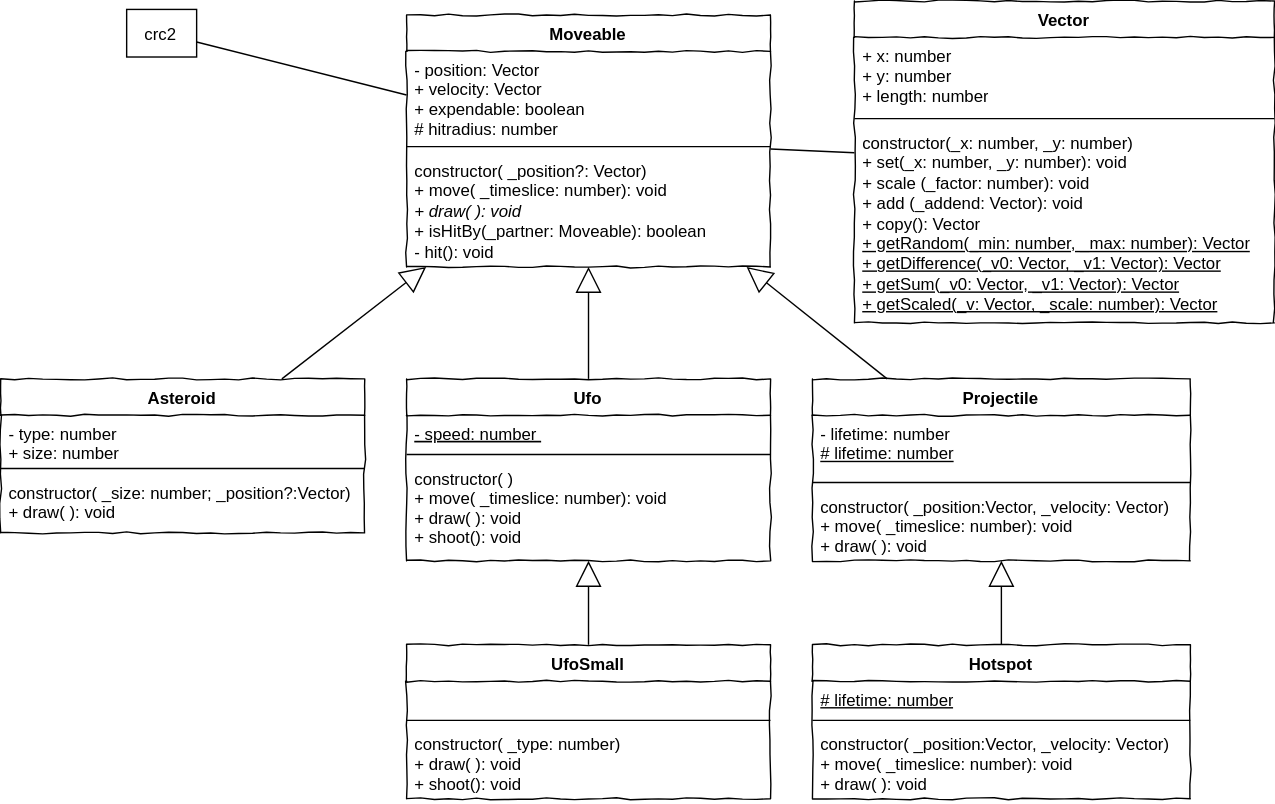
The draw.io diagram L12_Addition/Material/draw.io/Asteroids_ClassDiagram.svg in JirkaDellOro/EIA2-Inverted, before a commit. Source tidied: cells renumbered, new cells last; positions are measured from the earlier drawing's top-left corner, leaving out a move shared by most shapes. Source of this version:
```xml
<mxGraphModel>
  <root>
    <mxCell id="0" />
    <mxCell id="1" parent="0" />
    <mxCell id="2" style="rounded=0;jettySize=auto;html=1;endArrow=none;endFill=0;" parent="1" edge="1" source="4" target="8">
      <mxGeometry relative="1" as="geometry" />
    </mxCell>
    <mxCell id="3" style="edgeStyle=none;rounded=0;jettySize=auto;html=1;endArrow=none;endFill=0;" parent="1" edge="1" source="4" target="12">
      <mxGeometry relative="1" as="geometry" />
    </mxCell>
    <mxCell id="4" value="Moveable" style="swimlane;fontStyle=1;align=center;verticalAlign=top;horizontal=1;startSize=26;rounded=0;shadow=0;comic=1;strokeWidth=1;" parent="1" vertex="1">
      <mxGeometry x="290" y="10" width="260" height="180" as="geometry" />
    </mxCell>
    <mxCell id="5" value="- position: Vector&#10;+ velocity: Vector&#10;+ expendable: boolean&#10;# hitradius: number" style="text;strokeColor=none;fillColor=none;align=left;verticalAlign=top;spacingLeft=4;spacingRight=4;overflow=hidden;" parent="4" vertex="1">
      <mxGeometry y="26" width="260" height="64" as="geometry" />
    </mxCell>
    <mxCell id="6" style="line;strokeWidth=1;fillColor=none;align=left;verticalAlign=middle;spacingTop=-1;spacingLeft=3;spacingRight=3;labelPosition=right;" parent="4" vertex="1">
      <mxGeometry y="90" width="260" height="8" as="geometry" />
    </mxCell>
    <mxCell id="7" value="constructor( _position?: Vector)&lt;br&gt;+ move( _timeslice: number): void&lt;br&gt;&lt;i&gt;+ draw( ): void&lt;/i&gt;&lt;br&gt;+ isHitBy(_partner: Moveable): boolean&lt;br&gt;- hit(): void" style="text;strokeColor=none;fillColor=none;align=left;verticalAlign=top;spacingLeft=4;spacingRight=4;overflow=hidden;html=1;" parent="4" vertex="1">
      <mxGeometry y="98" width="260" height="82" as="geometry" />
    </mxCell>
    <mxCell id="8" value="Vector" style="swimlane;fontStyle=1;align=center;verticalAlign=top;horizontal=1;startSize=26;rounded=0;shadow=0;comic=1;strokeWidth=1;" parent="1" vertex="1">
      <mxGeometry x="610" width="300" height="230" as="geometry" />
    </mxCell>
    <mxCell id="9" value="+ x: number&lt;br&gt;+ y: number&lt;br&gt;+ length: number" style="text;strokeColor=none;fillColor=none;align=left;verticalAlign=top;spacingLeft=4;spacingRight=4;overflow=hidden;fontStyle=0;html=1;" parent="8" vertex="1">
      <mxGeometry y="26" width="300" height="54" as="geometry" />
    </mxCell>
    <mxCell id="10" style="line;strokeWidth=1;fillColor=none;align=left;verticalAlign=middle;spacingTop=-1;spacingLeft=3;spacingRight=3;labelPosition=right;" parent="8" vertex="1">
      <mxGeometry y="80" width="300" height="8" as="geometry" />
    </mxCell>
    <mxCell id="11" value="constructor(_x: number, _y: number)&lt;br&gt;+ set(_x: number, _y: number): void&lt;br&gt;+ scale (_factor: number): void&lt;br&gt;+ add (_addend: Vector): void&lt;br&gt;+ copy(): Vector&lt;br&gt;&lt;u&gt;+ getRandom(_min: number, _max: number): Vector&lt;/u&gt;&lt;br&gt;&lt;u&gt;+ getDifference(_v0: Vector, _v1: Vector): Vector&lt;/u&gt;&lt;br&gt;&lt;u&gt;+ getSum(&lt;/u&gt;&lt;u&gt;_v0: Vector, _v1: Vector): Vector&lt;/u&gt;&lt;br&gt;&lt;u&gt;+ getScaled(&lt;/u&gt;&lt;u&gt;_v: Vector,&amp;nbsp;&lt;/u&gt;&lt;u&gt;_scale: number): Vector&lt;/u&gt;" style="text;strokeColor=none;fillColor=none;align=left;verticalAlign=top;spacingLeft=4;spacingRight=4;overflow=hidden;html=1;" parent="8" vertex="1">
      <mxGeometry y="88" width="300" height="142" as="geometry" />
    </mxCell>
    <mxCell id="12" value="crc2" style="rounded=0;whiteSpace=wrap;html=1;" parent="1" vertex="1">
      <mxGeometry x="90" y="6" width="50" height="34" as="geometry" />
    </mxCell>
    <mxCell id="13" value="Asteroid" style="swimlane;fontStyle=1;align=center;verticalAlign=top;horizontal=1;startSize=26;rounded=0;shadow=0;comic=1;strokeWidth=1;" parent="1" vertex="1">
      <mxGeometry y="270" width="260" height="110" as="geometry" />
    </mxCell>
    <mxCell id="14" value="- type: number&#10;+ size: number" style="text;strokeColor=none;fillColor=none;align=left;verticalAlign=top;spacingLeft=4;spacingRight=4;overflow=hidden;" parent="13" vertex="1">
      <mxGeometry y="26" width="260" height="34" as="geometry" />
    </mxCell>
    <mxCell id="15" style="line;strokeWidth=1;fillColor=none;align=left;verticalAlign=middle;spacingTop=-1;spacingLeft=3;spacingRight=3;labelPosition=right;" parent="13" vertex="1">
      <mxGeometry y="60" width="260" height="8" as="geometry" />
    </mxCell>
    <mxCell id="16" value="constructor( _size: number; _position?:Vector)&#10;+ draw( ): void" style="text;strokeColor=none;fillColor=none;align=left;verticalAlign=top;spacingLeft=4;spacingRight=4;overflow=hidden;" parent="13" vertex="1">
      <mxGeometry y="68" width="260" height="42" as="geometry" />
    </mxCell>
    <mxCell id="17" style="endArrow=block;endSize=16;endFill=0;html=1;" parent="1" edge="1" source="13" target="4">
      <mxGeometry relative="1" as="geometry" />
    </mxCell>
    <mxCell id="18" value="Ufo" style="swimlane;fontStyle=1;align=center;verticalAlign=top;horizontal=1;startSize=26;rounded=0;shadow=0;comic=1;strokeWidth=1;" parent="1" vertex="1">
      <mxGeometry x="290" y="270" width="260" height="130" as="geometry" />
    </mxCell>
    <mxCell id="19" value="- speed: number " style="text;strokeColor=none;fillColor=none;align=left;verticalAlign=top;spacingLeft=4;spacingRight=4;overflow=hidden;fontStyle=4;" parent="18" vertex="1">
      <mxGeometry y="26" width="260" height="24" as="geometry" />
    </mxCell>
    <mxCell id="20" style="line;strokeWidth=1;fillColor=none;align=left;verticalAlign=middle;spacingTop=-1;spacingLeft=3;spacingRight=3;labelPosition=right;" parent="18" vertex="1">
      <mxGeometry y="50" width="260" height="8" as="geometry" />
    </mxCell>
    <mxCell id="21" value="constructor( )&#10;+ move( _timeslice: number): void&#10;+ draw( ): void&#10;+ shoot(): void" style="text;strokeColor=none;fillColor=none;align=left;verticalAlign=top;spacingLeft=4;spacingRight=4;overflow=hidden;" parent="18" vertex="1">
      <mxGeometry y="58" width="260" height="72" as="geometry" />
    </mxCell>
    <mxCell id="22" value="UfoSmall" style="swimlane;fontStyle=1;align=center;verticalAlign=top;horizontal=1;startSize=26;rounded=0;shadow=0;comic=1;strokeWidth=1;" parent="1" vertex="1">
      <mxGeometry x="290" y="460" width="260" height="110" as="geometry" />
    </mxCell>
    <mxCell id="23" value=" " style="text;strokeColor=none;fillColor=none;align=left;verticalAlign=top;spacingLeft=4;spacingRight=4;overflow=hidden;" parent="22" vertex="1">
      <mxGeometry y="26" width="260" height="24" as="geometry" />
    </mxCell>
    <mxCell id="24" style="line;strokeWidth=1;fillColor=none;align=left;verticalAlign=middle;spacingTop=-1;spacingLeft=3;spacingRight=3;labelPosition=right;" parent="22" vertex="1">
      <mxGeometry y="50" width="260" height="8" as="geometry" />
    </mxCell>
    <mxCell id="25" value="constructor( _type: number)&#10;+ draw( ): void&#10;+ shoot(): void" style="text;strokeColor=none;fillColor=none;align=left;verticalAlign=top;spacingLeft=4;spacingRight=4;overflow=hidden;" parent="22" vertex="1">
      <mxGeometry y="58" width="260" height="52" as="geometry" />
    </mxCell>
    <mxCell id="26" style="endArrow=block;endSize=16;endFill=0;html=1;" parent="1" edge="1" source="18" target="4">
      <mxGeometry relative="1" as="geometry" />
    </mxCell>
    <mxCell id="27" value="Projectile" style="swimlane;fontStyle=1;align=center;verticalAlign=top;horizontal=1;startSize=26;rounded=0;shadow=0;comic=1;strokeWidth=1;" parent="1" vertex="1">
      <mxGeometry x="580" y="270" width="270" height="130" as="geometry" />
    </mxCell>
    <mxCell id="28" value="- lifetime: number&amp;nbsp;&lt;br&gt;&lt;u&gt;# lifetime: number&lt;/u&gt;&lt;br&gt;&amp;nbsp;" style="text;strokeColor=none;fillColor=none;align=left;verticalAlign=top;spacingLeft=4;spacingRight=4;overflow=hidden;fontStyle=0;html=1;" parent="27" vertex="1">
      <mxGeometry y="26" width="270" height="44" as="geometry" />
    </mxCell>
    <mxCell id="29" style="line;strokeWidth=1;fillColor=none;align=left;verticalAlign=middle;spacingTop=-1;spacingLeft=3;spacingRight=3;labelPosition=right;" parent="27" vertex="1">
      <mxGeometry y="70" width="270" height="8" as="geometry" />
    </mxCell>
    <mxCell id="30" value="constructor( _position:Vector, _velocity: Vector)&#10;+ move( _timeslice: number): void&#10;+ draw( ): void" style="text;strokeColor=none;fillColor=none;align=left;verticalAlign=top;spacingLeft=4;spacingRight=4;overflow=hidden;" parent="27" vertex="1">
      <mxGeometry y="78" width="270" height="52" as="geometry" />
    </mxCell>
    <mxCell id="31" value="Hotspot" style="swimlane;fontStyle=1;align=center;verticalAlign=top;horizontal=1;startSize=26;rounded=0;shadow=0;comic=1;strokeWidth=1;" parent="1" vertex="1">
      <mxGeometry x="580" y="460" width="270" height="110" as="geometry" />
    </mxCell>
    <mxCell id="32" value="&lt;u&gt;# lifetime: number&lt;/u&gt;&lt;br&gt;&amp;nbsp;" style="text;strokeColor=none;fillColor=none;align=left;verticalAlign=top;spacingLeft=4;spacingRight=4;overflow=hidden;html=1;" parent="31" vertex="1">
      <mxGeometry y="26" width="270" height="24" as="geometry" />
    </mxCell>
    <mxCell id="33" style="line;strokeWidth=1;fillColor=none;align=left;verticalAlign=middle;spacingTop=-1;spacingLeft=3;spacingRight=3;labelPosition=right;" parent="31" vertex="1">
      <mxGeometry y="50" width="270" height="8" as="geometry" />
    </mxCell>
    <mxCell id="34" value="constructor( _position:Vector, _velocity: Vector)&#10;+ move( _timeslice: number): void&#10;+ draw( ): void" style="text;strokeColor=none;fillColor=none;align=left;verticalAlign=top;spacingLeft=4;spacingRight=4;overflow=hidden;" parent="31" vertex="1">
      <mxGeometry y="58" width="270" height="52" as="geometry" />
    </mxCell>
    <mxCell id="35" style="endArrow=block;endSize=16;endFill=0;html=1;" parent="1" edge="1" source="27" target="4">
      <mxGeometry relative="1" as="geometry" />
    </mxCell>
    <mxCell id="36" style="endArrow=block;endSize=16;endFill=0;html=1;" parent="1" edge="1" source="22" target="18">
      <mxGeometry relative="1" as="geometry" />
    </mxCell>
    <mxCell id="37" style="endArrow=block;endSize=16;endFill=0;html=1;" parent="1" edge="1" source="31" target="27">
      <mxGeometry relative="1" as="geometry" />
    </mxCell>
  </root>
</mxGraphModel>
```
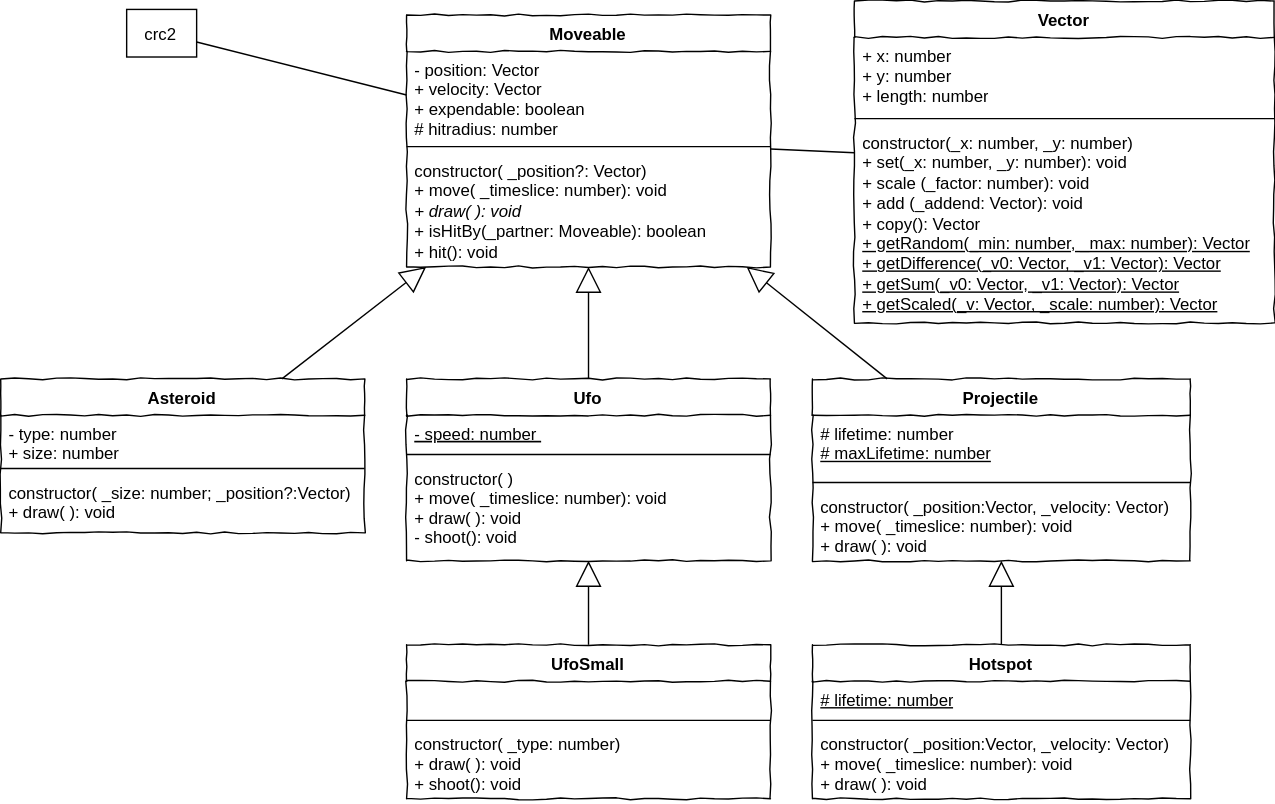
After the change.

Commit message:
Class-Diagram update, public hit in Hotspot

What changed in the source:
```diff
@@ -17,7 +17,7 @@
     <mxCell id="6" style="line;strokeWidth=1;fillColor=none;align=left;verticalAlign=middle;spacingTop=-1;spacingLeft=3;spacingRight=3;labelPosition=right;" parent="4" vertex="1">
       <mxGeometry y="90" width="260" height="8" as="geometry" />
     </mxCell>
-    <mxCell id="7" value="constructor( _position?: Vector)&lt;br&gt;+ move( _timeslice: number): void&lt;br&gt;&lt;i&gt;+ draw( ): void&lt;/i&gt;&lt;br&gt;+ isHitBy(_partner: Moveable): boolean&lt;br&gt;- hit(): void" style="text;strokeColor=none;fillColor=none;align=left;verticalAlign=top;spacingLeft=4;spacingRight=4;overflow=hidden;html=1;" parent="4" vertex="1">
+    <mxCell id="7" value="constructor( _position?: Vector)&lt;br&gt;+ move( _timeslice: number): void&lt;br&gt;&lt;i&gt;+ draw( ): void&lt;/i&gt;&lt;br&gt;+ isHitBy(_partner: Moveable): boolean&lt;br&gt;+ hit(): void" style="text;strokeColor=none;fillColor=none;align=left;verticalAlign=top;spacingLeft=4;spacingRight=4;overflow=hidden;html=1;" parent="4" vertex="1">
       <mxGeometry y="98" width="260" height="82" as="geometry" />
     </mxCell>
     <mxCell id="8" value="Vector" style="swimlane;fontStyle=1;align=center;verticalAlign=top;horizontal=1;startSize=26;rounded=0;shadow=0;comic=1;strokeWidth=1;" parent="1" vertex="1">
@@ -59,7 +59,7 @@
     <mxCell id="20" style="line;strokeWidth=1;fillColor=none;align=left;verticalAlign=middle;spacingTop=-1;spacingLeft=3;spacingRight=3;labelPosition=right;" parent="18" vertex="1">
       <mxGeometry y="50" width="260" height="8" as="geometry" />
     </mxCell>
-    <mxCell id="21" value="constructor( )&#10;+ move( _timeslice: number): void&#10;+ draw( ): void&#10;+ shoot(): void" style="text;strokeColor=none;fillColor=none;align=left;verticalAlign=top;spacingLeft=4;spacingRight=4;overflow=hidden;" parent="18" vertex="1">
+    <mxCell id="21" value="constructor( )&#10;+ move( _timeslice: number): void&#10;+ draw( ): void&#10;- shoot(): void" style="text;strokeColor=none;fillColor=none;align=left;verticalAlign=top;spacingLeft=4;spacingRight=4;overflow=hidden;" parent="18" vertex="1">
       <mxGeometry y="58" width="260" height="72" as="geometry" />
     </mxCell>
     <mxCell id="22" value="UfoSmall" style="swimlane;fontStyle=1;align=center;verticalAlign=top;horizontal=1;startSize=26;rounded=0;shadow=0;comic=1;strokeWidth=1;" parent="1" vertex="1">
@@ -80,7 +80,7 @@
     <mxCell id="27" value="Projectile" style="swimlane;fontStyle=1;align=center;verticalAlign=top;horizontal=1;startSize=26;rounded=0;shadow=0;comic=1;strokeWidth=1;" parent="1" vertex="1">
       <mxGeometry x="580" y="270" width="270" height="130" as="geometry" />
     </mxCell>
-    <mxCell id="28" value="- lifetime: number&amp;nbsp;&lt;br&gt;&lt;u&gt;# lifetime: number&lt;/u&gt;&lt;br&gt;&amp;nbsp;" style="text;strokeColor=none;fillColor=none;align=left;verticalAlign=top;spacingLeft=4;spacingRight=4;overflow=hidden;fontStyle=0;html=1;" parent="27" vertex="1">
+    <mxCell id="28" value="# lifetime: number&amp;nbsp;&lt;br&gt;&lt;u&gt;# maxLifetime: number&lt;/u&gt;&lt;br&gt;&amp;nbsp;" style="text;strokeColor=none;fillColor=none;align=left;verticalAlign=top;spacingLeft=4;spacingRight=4;overflow=hidden;fontStyle=0;html=1;" parent="27" vertex="1">
       <mxGeometry y="26" width="270" height="44" as="geometry" />
     </mxCell>
     <mxCell id="29" style="line;strokeWidth=1;fillColor=none;align=left;verticalAlign=middle;spacingTop=-1;spacingLeft=3;spacingRight=3;labelPosition=right;" parent="27" vertex="1">
```
